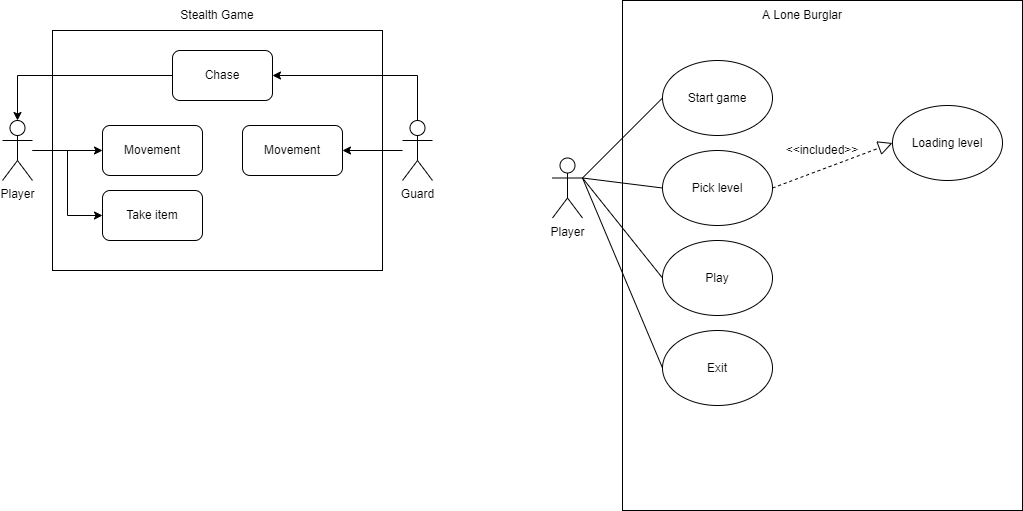
The draw.io diagram use case diagram.png in johannfac/A-Lone-Burglar, before a commit. Source tidied: cells renumbered, new cells last; positions are measured from the earlier drawing's top-left corner, leaving out a move shared by most shapes.
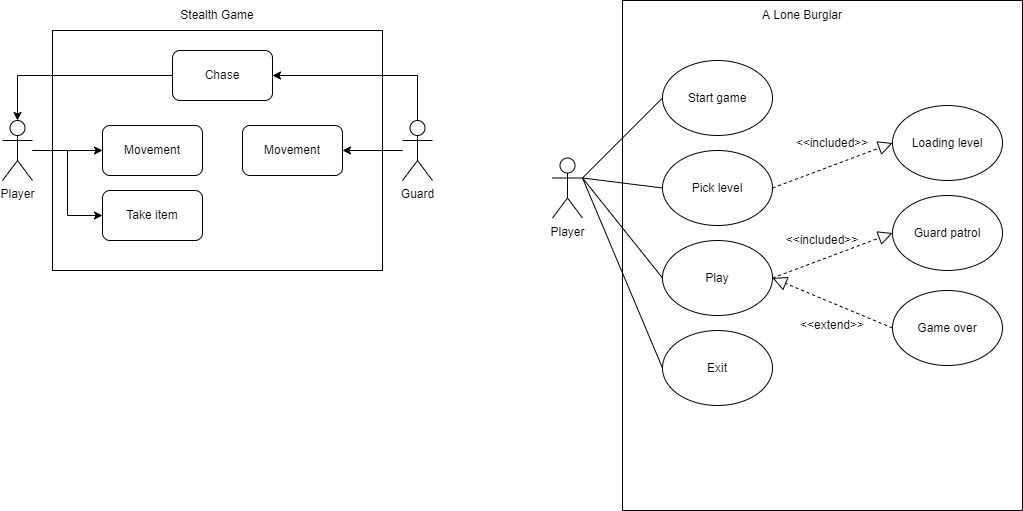
After the commit.

What changed in the source:
```diff
@@ -85,7 +85,25 @@
       <mxGeometry relative="1" as="geometry" />
     </mxCell>
     <mxCell id="28" value="&amp;lt;&amp;lt;included&amp;gt;&amp;gt;" style="text;html=1;strokeColor=none;fillColor=none;align=center;verticalAlign=middle;whiteSpace=wrap;rounded=0;" parent="1" vertex="1">
-      <mxGeometry x="790" y="135" width="60" height="30" as="geometry" />
+      <mxGeometry x="800" y="127.5" width="60" height="30" as="geometry" />
     </mxCell>
+    <mxCell id="29" value="Guard patrol" style="ellipse;whiteSpace=wrap;html=1;" parent="1" vertex="1">
+      <mxGeometry x="890" y="195" width="110" height="75" as="geometry" />
+    </mxCell>
+    <mxCell id="30" value="Game over" style="ellipse;whiteSpace=wrap;html=1;" parent="1" vertex="1">
+      <mxGeometry x="890" y="290" width="110" height="75" as="geometry" />
+    </mxCell>
+    <mxCell id="31" style="endArrow=block;dashed=1;endFill=0;endSize=12;html=1;rounded=0;exitX=1;exitY=0.5;exitDx=0;exitDy=0;entryX=0;entryY=0.5;entryDx=0;entryDy=0;" parent="1" edge="1" source="20" target="29">
+      <mxGeometry relative="1" as="geometry" />
+    </mxCell>
+    <mxCell id="32" value="&amp;lt;&amp;lt;included&amp;gt;&amp;gt;" style="text;html=1;strokeColor=none;fillColor=none;align=center;verticalAlign=middle;whiteSpace=wrap;rounded=0;" parent="1" vertex="1">
+      <mxGeometry x="790" y="225" width="60" height="30" as="geometry" />
+    </mxCell>
+    <mxCell id="33" style="endArrow=block;dashed=1;endFill=0;endSize=12;html=1;rounded=0;exitX=0;exitY=0.5;exitDx=0;exitDy=0;entryX=1;entryY=0.5;entryDx=0;entryDy=0;" parent="1" edge="1" source="30" target="20">
+      <mxGeometry relative="1" as="geometry" />
+    </mxCell>
+    <mxCell id="34" value="&amp;lt;&amp;lt;extend&amp;gt;&amp;gt;" style="text;html=1;strokeColor=none;fillColor=none;align=center;verticalAlign=middle;whiteSpace=wrap;rounded=0;" parent="1" vertex="1">
+      <mxGeometry x="800" y="310" width="60" height="30" as="geometry" />
+    </mxCell>
   </root>
 </mxGraphModel>
```
